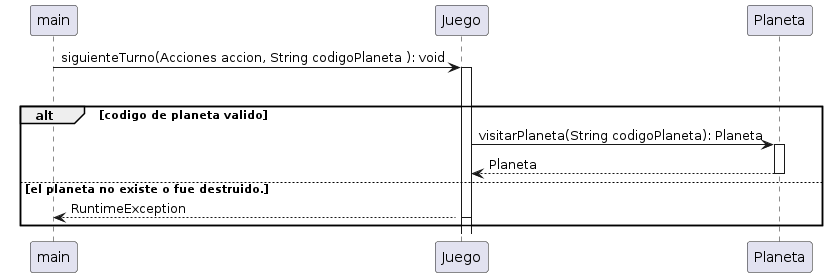
The PlantUML diagram src/main/java/org/example/Diagrams/DiagramaDeSecuenciaVisitarPlanetaNeutral.png in ianlio-git/LostGalaxy, before a commit.
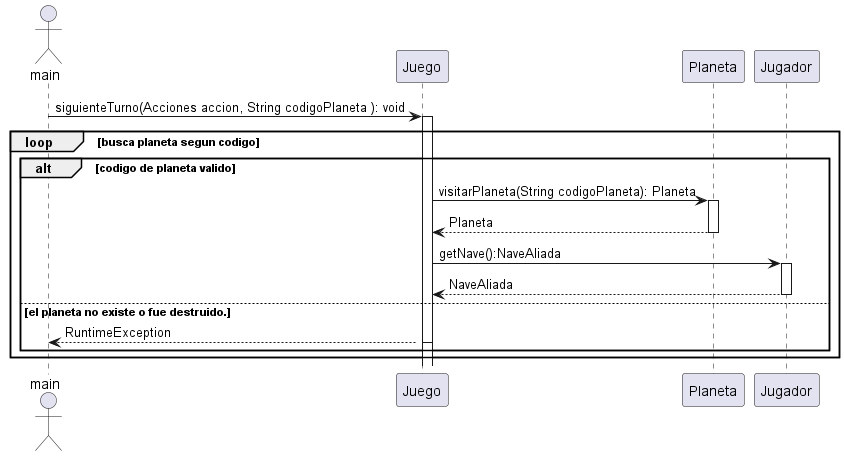
The same diagram one commit later.

The edit, as a diff of the source:
```diff
@@ -1,15 +1,24 @@
 @startuml
+actor main
 main->Juego: siguienteTurno(Acciones accion, String codigoPlaneta ): void
 activate Juego
     loop busca planeta segun codigo
         alt codigo de planeta valido
+
             activate Juego
                 Juego -> Planeta: visitarPlaneta(String codigoPlaneta): Planeta
             activate Planeta
                 Planeta --> Juego: Planeta
             deactivate Planeta
+
+            Juego -> Jugador : getNave():NaveAliada
+            activate Jugador
+            Jugador -->Juego: NaveAliada
+            deactivate Jugador
+
         else el planeta no existe o fue destruido.
                 Juego --> main : RuntimeException
             deactivate Juego
+    end
 end
 @enduml
```
